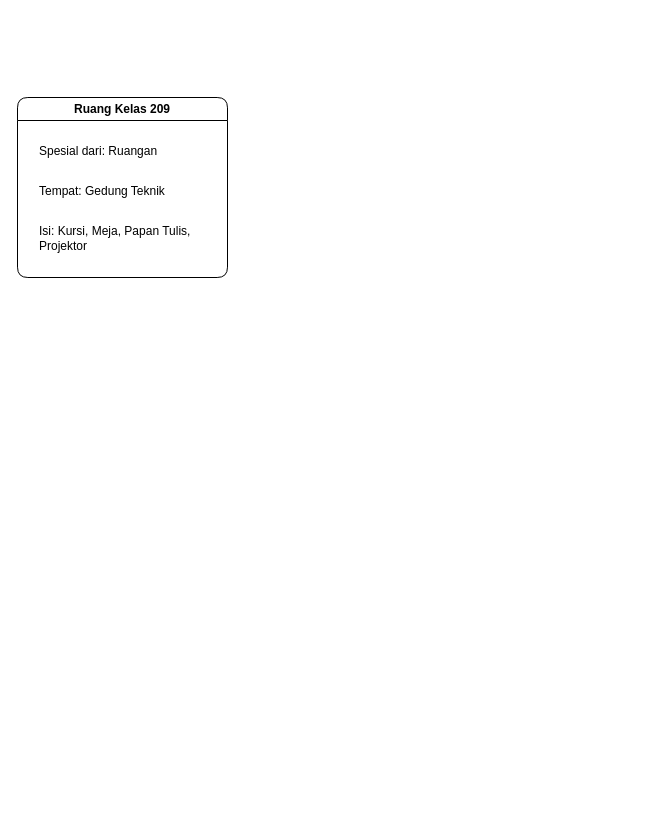
Earlier version of the draw.io diagram RT-Frame.drawio (xnoname2003/flowchart). Source tidied: cells renumbered, new cells numbered last; positions are measured from the earlier drawing's top-left corner, leaving out a move shared by most shapes. Both pictures are drawn from the tidied source at 100%, with x=0, y=0 at pixel (17, 97).
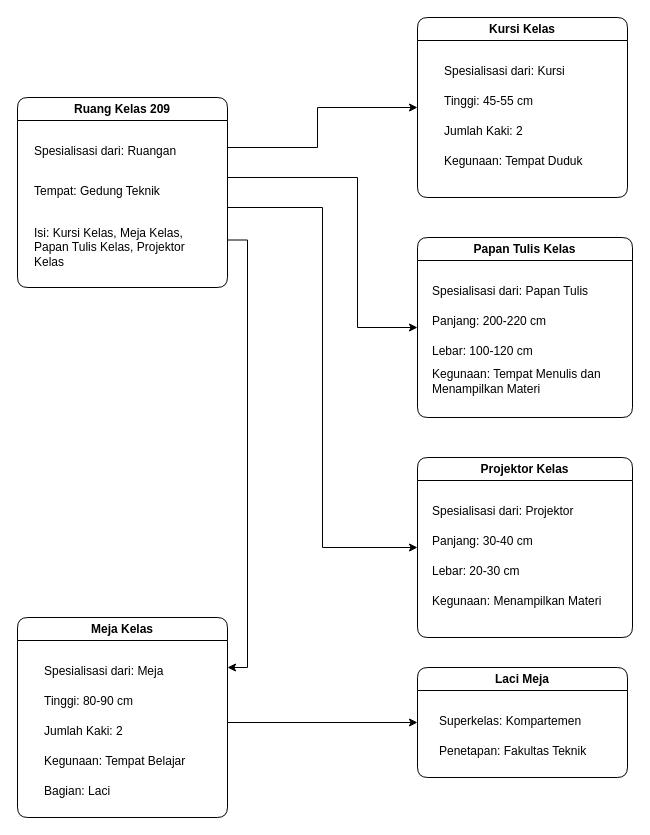
The same diagram, later.

What changed in the source:
```diff
@@
+    <mxCell id="6" style="edgeStyle=orthogonalEdgeStyle;rounded=0;jettySize=auto;html=1;exitX=1;exitY=0.25;exitDx=0;exitDy=0;entryX=0;entryY=0.5;entryDx=0;entryDy=0;" parent="1" edge="1" source="2" target="10">
+      <mxGeometry relative="1" as="geometry">
+        <Array as="points">
+          <mxPoint x="210" y="50" />
+          <mxPoint x="300" y="50" />
+          <mxPoint x="300" y="10" />
+        </Array>
+      </mxGeometry>
+    </mxCell>
+    <mxCell id="7" style="edgeStyle=orthogonalEdgeStyle;rounded=0;jettySize=auto;html=1;exitX=1;exitY=0.5;exitDx=0;exitDy=0;entryX=0;entryY=0.5;entryDx=0;entryDy=0;" parent="1" edge="1" source="2" target="15">
+      <mxGeometry relative="1" as="geometry">
+        <Array as="points">
+          <mxPoint x="210" y="80" />
+          <mxPoint x="340" y="80" />
+          <mxPoint x="340" y="230" />
+        </Array>
+      </mxGeometry>
+    </mxCell>
+    <mxCell id="8" style="edgeStyle=orthogonalEdgeStyle;rounded=0;jettySize=auto;html=1;exitX=1;exitY=0.75;exitDx=0;exitDy=0;entryX=0;entryY=0.5;entryDx=0;entryDy=0;" parent="1" edge="1" source="2" target="20">
+      <mxGeometry relative="1" as="geometry">
+        <Array as="points">
+          <mxPoint x="210" y="110" />
+          <mxPoint x="305" y="110" />
+          <mxPoint x="305" y="450" />
+        </Array>
+      </mxGeometry>
+    </mxCell>
+    <mxCell id="9" style="edgeStyle=orthogonalEdgeStyle;rounded=0;jettySize=auto;html=1;exitX=1;exitY=0.75;exitDx=0;exitDy=0;entryX=1;entryY=0.25;entryDx=0;entryDy=0;" parent="1" edge="1" source="2" target="26">
+      <mxGeometry relative="1" as="geometry" />
+    </mxCell>
     <mxCell id="2" value="Ruang Kelas 209" style="swimlane;whiteSpace=wrap;html=1;gradientColor=none;swimlaneFillColor=none;rounded=1;" parent="1" vertex="1">
-      <mxGeometry width="210" height="180" as="geometry" />
+      <mxGeometry width="210" height="190" as="geometry" />
     </mxCell>
     <mxCell id="3" value="Tempat: Gedung Teknik" style="text;html=1;align=left;verticalAlign=middle;strokeColor=none;fillColor=none;" parent="2" vertex="1">
-      <mxGeometry x="20" y="79" width="150" height="30" as="geometry" />
+      <mxGeometry x="15" y="79" width="150" height="30" as="geometry" />
     </mxCell>
-    <mxCell id="4" value="Spesial dari: Ruangan" style="text;html=1;align=left;verticalAlign=middle;strokeColor=none;fillColor=none;" parent="2" vertex="1">
-      <mxGeometry x="20" y="39" width="140" height="30" as="geometry" />
+    <mxCell id="4" value="Spesialisasi dari: Ruangan" style="text;html=1;align=left;verticalAlign=middle;strokeColor=none;fillColor=none;" parent="2" vertex="1">
+      <mxGeometry x="15" y="39" width="170" height="30" as="geometry" />
     </mxCell>
-    <mxCell id="5" value="Isi: Kursi, Meja, Papan Tulis,&lt;div&gt;Projektor&lt;/div&gt;" style="text;html=1;align=left;verticalAlign=middle;strokeColor=none;fillColor=none;" parent="2" vertex="1">
-      <mxGeometry x="20" y="121" width="170" height="40" as="geometry" />
+    <mxCell id="5" value="Isi: Kursi Kelas, Meja Kelas,&amp;nbsp;&lt;div&gt;Papan Tulis Kelas,&amp;nbsp;&lt;span style=&quot;background-color: initial;&quot;&gt;Projektor&amp;nbsp;&lt;/span&gt;&lt;/div&gt;&lt;div&gt;&lt;span style=&quot;background-color: initial;&quot;&gt;Kelas&lt;/span&gt;&lt;/div&gt;" style="text;html=1;align=left;verticalAlign=middle;strokeColor=none;fillColor=none;" parent="2" vertex="1">
+      <mxGeometry x="15" y="120" width="180" height="60" as="geometry" />
     </mxCell>
+    <mxCell id="10" value="Kursi Kelas" style="swimlane;whiteSpace=wrap;html=1;gradientColor=none;swimlaneFillColor=none;rounded=1;" parent="1" vertex="1">
+      <mxGeometry x="400" y="-80" width="210" height="180" as="geometry" />
+    </mxCell>
+    <mxCell id="11" value="Tinggi: 45-55 cm" style="text;html=1;align=left;verticalAlign=middle;strokeColor=none;fillColor=none;" parent="10" vertex="1">
+      <mxGeometry x="25" y="69" width="110" height="30" as="geometry" />
+    </mxCell>
+    <mxCell id="12" value="Spesialisasi dari: Kursi" style="text;html=1;align=left;verticalAlign=middle;strokeColor=none;fillColor=none;" parent="10" vertex="1">
+      <mxGeometry x="25" y="39" width="140" height="30" as="geometry" />
+    </mxCell>
+    <mxCell id="13" value="Jumlah Kaki: 2" style="text;html=1;align=left;verticalAlign=middle;strokeColor=none;fillColor=none;" parent="10" vertex="1">
+      <mxGeometry x="25" y="99" width="100" height="30" as="geometry" />
+    </mxCell>
+    <mxCell id="14" value="Kegunaan: Tempat Duduk" style="text;html=1;align=left;verticalAlign=middle;strokeColor=none;fillColor=none;" parent="10" vertex="1">
+      <mxGeometry x="25" y="129" width="160" height="30" as="geometry" />
+    </mxCell>
+    <mxCell id="15" value="Papan Tulis Kelas" style="swimlane;whiteSpace=wrap;html=1;gradientColor=none;swimlaneFillColor=none;rounded=1;" parent="1" vertex="1">
+      <mxGeometry x="400" y="140" width="215" height="180" as="geometry" />
+    </mxCell>
+    <mxCell id="16" value="Panjang: 200-220 cm" style="text;html=1;align=left;verticalAlign=middle;strokeColor=none;fillColor=none;" parent="15" vertex="1">
+      <mxGeometry x="12.5" y="69" width="140" height="30" as="geometry" />
+    </mxCell>
+    <mxCell id="17" value="Spesialisasi dari: Papan Tulis" style="text;html=1;align=left;verticalAlign=middle;strokeColor=none;fillColor=none;" parent="15" vertex="1">
+      <mxGeometry x="12.5" y="39" width="180" height="30" as="geometry" />
+    </mxCell>
+    <mxCell id="18" value="Lebar: 100-120 cm" style="text;html=1;align=left;verticalAlign=middle;strokeColor=none;fillColor=none;" parent="15" vertex="1">
+      <mxGeometry x="12.5" y="99" width="120" height="30" as="geometry" />
+    </mxCell>
+    <mxCell id="19" value="Kegunaan: Tempat Menulis dan&lt;div&gt;Menampilkan Materi&lt;/div&gt;" style="text;html=1;align=left;verticalAlign=middle;strokeColor=none;fillColor=none;" parent="15" vertex="1">
+      <mxGeometry x="12.5" y="124" width="190" height="40" as="geometry" />
+    </mxCell>
+    <mxCell id="20" value="Projektor Kelas" style="swimlane;whiteSpace=wrap;html=1;gradientColor=none;swimlaneFillColor=none;rounded=1;" parent="1" vertex="1">
+      <mxGeometry x="400" y="360" width="215" height="180" as="geometry" />
+    </mxCell>
+    <mxCell id="21" value="Panjang: 30-40 cm" style="text;html=1;align=left;verticalAlign=middle;strokeColor=none;fillColor=none;" parent="20" vertex="1">
+      <mxGeometry x="12.5" y="69" width="120" height="30" as="geometry" />
+    </mxCell>
+    <mxCell id="22" value="Spesialisasi dari: Projektor" style="text;html=1;align=left;verticalAlign=middle;strokeColor=none;fillColor=none;" parent="20" vertex="1">
+      <mxGeometry x="12.5" y="39" width="160" height="30" as="geometry" />
+    </mxCell>
+    <mxCell id="23" value="Lebar: 20-30 cm" style="text;html=1;align=left;verticalAlign=middle;strokeColor=none;fillColor=none;" parent="20" vertex="1">
+      <mxGeometry x="12.5" y="99" width="110" height="30" as="geometry" />
+    </mxCell>
+    <mxCell id="24" value="Kegunaan: &lt;span style=&quot;background-color: initial;&quot;&gt;Menampilkan Materi&lt;/span&gt;" style="text;html=1;align=left;verticalAlign=middle;strokeColor=none;fillColor=none;" parent="20" vertex="1">
+      <mxGeometry x="12.5" y="129" width="190" height="30" as="geometry" />
+    </mxCell>
+    <mxCell id="25" style="edgeStyle=orthogonalEdgeStyle;rounded=0;jettySize=auto;html=1;exitX=1;exitY=0.5;exitDx=0;exitDy=0;entryX=0;entryY=0.5;entryDx=0;entryDy=0;" parent="1" edge="1" source="26" target="32">
+      <mxGeometry relative="1" as="geometry">
+        <Array as="points">
+          <mxPoint x="210" y="625" />
+        </Array>
+      </mxGeometry>
+    </mxCell>
+    <mxCell id="26" value="Meja Kelas" style="swimlane;whiteSpace=wrap;html=1;gradientColor=none;swimlaneFillColor=none;rounded=1;" parent="1" vertex="1">
+      <mxGeometry y="520" width="210" height="200" as="geometry" />
+    </mxCell>
+    <mxCell id="27" value="Tinggi: 80-90 cm" style="text;html=1;align=left;verticalAlign=middle;strokeColor=none;fillColor=none;" parent="26" vertex="1">
+      <mxGeometry x="25" y="69" width="110" height="30" as="geometry" />
+    </mxCell>
+    <mxCell id="28" value="Spesialisasi dari: Meja" style="text;html=1;align=left;verticalAlign=middle;strokeColor=none;fillColor=none;" parent="26" vertex="1">
+      <mxGeometry x="25" y="39" width="140" height="30" as="geometry" />
+    </mxCell>
+    <mxCell id="29" value="Jumlah Kaki: 2" style="text;html=1;align=left;verticalAlign=middle;strokeColor=none;fillColor=none;" parent="26" vertex="1">
+      <mxGeometry x="25" y="99" width="100" height="30" as="geometry" />
+    </mxCell>
+    <mxCell id="30" value="Kegunaan: Tempat Belajar" style="text;html=1;align=left;verticalAlign=middle;strokeColor=none;fillColor=none;" parent="26" vertex="1">
+      <mxGeometry x="25" y="129" width="160" height="30" as="geometry" />
+    </mxCell>
+    <mxCell id="31" value="Bagian: Laci" style="text;html=1;align=left;verticalAlign=middle;strokeColor=none;fillColor=none;" parent="26" vertex="1">
+      <mxGeometry x="25" y="159" width="90" height="30" as="geometry" />
+    </mxCell>
+    <mxCell id="32" value="Laci Meja" style="swimlane;whiteSpace=wrap;html=1;gradientColor=none;swimlaneFillColor=none;rounded=1;startSize=23;" parent="1" vertex="1">
+      <mxGeometry x="400" y="570" width="210" height="110" as="geometry" />
+    </mxCell>
+    <mxCell id="33" value="Penetapan: Fakultas Teknik" style="text;html=1;align=left;verticalAlign=middle;strokeColor=none;fillColor=none;" parent="32" vertex="1">
+      <mxGeometry x="20" y="69" width="170" height="30" as="geometry" />
+    </mxCell>
+    <mxCell id="34" value="Superkelas: Kompartemen" style="text;html=1;align=left;verticalAlign=middle;strokeColor=none;fillColor=none;" parent="32" vertex="1">
+      <mxGeometry x="20" y="39" width="170" height="30" as="geometry" />
+    </mxCell>
```
